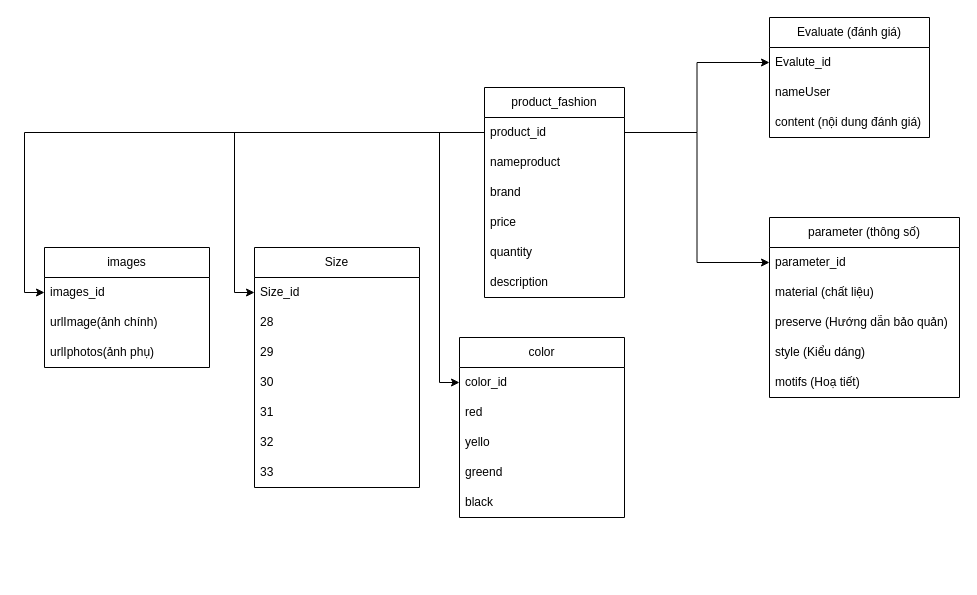
vuongnd03/black-had keeps this draw.io diagram as csdlfashion.drawio. Above is the earlier version. Source tidied: cells renumbered, new cells numbered last; positions are measured from the earlier drawing's top-left corner, leaving out a move shared by most shapes. Both pictures are drawn from the tidied source at 100%, with x=0, y=0 at pixel (44, 17).
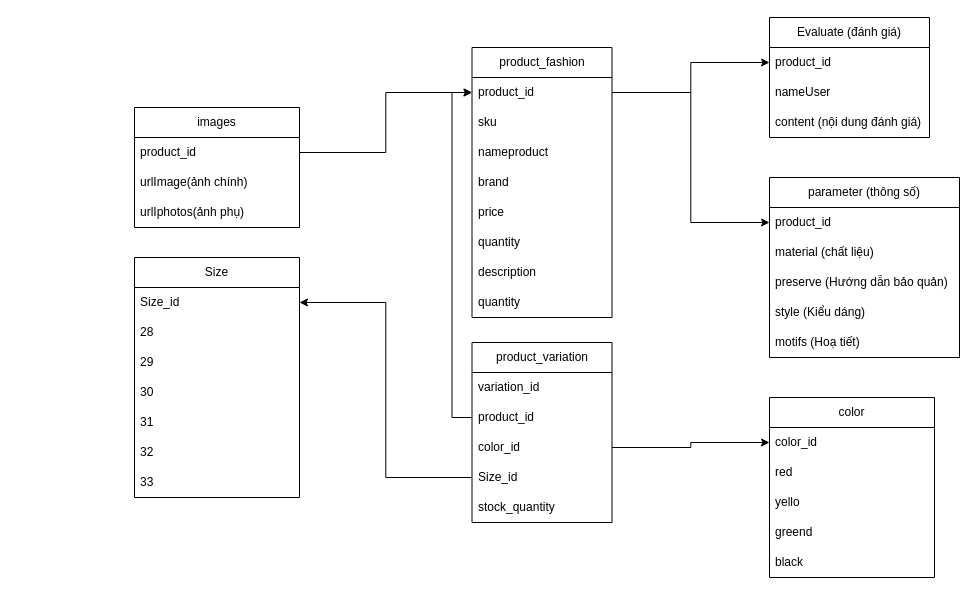
The same page after the edit.

Commit message:
Cập nhật csdlfashion.drawio

Unchanged cells that the change refers to:
```xml
<mxCell id="3" value="product_id" style="text;strokeColor=none;fillColor=none;align=left;verticalAlign=middle;spacingLeft=4;spacingRight=4;overflow=hidden;points=[[0,0.5],[1,0.5]];portConstraint=eastwest;whiteSpace=wrap;html=1;" parent="2" vertex="1">
  <mxGeometry y="30" width="140" height="30" as="geometry" />
</mxCell>
<mxCell id="9" value="Evaluate (đánh giá)" style="swimlane;fontStyle=0;horizontal=1;startSize=30;whiteSpace=wrap;html=1;" parent="1" vertex="1">
  <mxGeometry x="725" width="160" height="120" as="geometry" />
</mxCell>
<mxCell id="27" value="color_id" style="text;strokeColor=none;fillColor=none;align=left;verticalAlign=middle;spacingLeft=4;spacingRight=4;overflow=hidden;points=[[0,0.5],[1,0.5]];portConstraint=eastwest;whiteSpace=wrap;html=1;" parent="26" vertex="1">
  <mxGeometry y="30" width="165" height="30" as="geometry" />
</mxCell>
<mxCell id="34" value="Size_id" style="text;strokeColor=none;fillColor=none;align=left;verticalAlign=middle;spacingLeft=4;spacingRight=4;overflow=hidden;points=[[0,0.5],[1,0.5]];portConstraint=eastwest;whiteSpace=wrap;html=1;" parent="33" vertex="1">
  <mxGeometry y="30" width="165" height="30" as="geometry" />
</mxCell>
```

Change to the diagram source:
```diff
@@
     <mxCell id="2" value="product_fashion" style="swimlane;fontStyle=0;horizontal=1;startSize=30;whiteSpace=wrap;html=1;" parent="1" vertex="1">
-      <mxGeometry x="440" y="70" width="140" height="210" as="geometry" />
+      <mxGeometry x="427.5" y="30" width="140" height="270" as="geometry" />
     </mxCell>
@@
-    <mxCell id="4" value="nameproduct" style="text;strokeColor=none;fillColor=none;align=left;verticalAlign=middle;spacingLeft=4;spacingRight=4;overflow=hidden;whiteSpace=wrap;html=1;" parent="2" vertex="1">
+    <mxCell id="4" value="sku" style="text;strokeColor=none;fillColor=none;align=left;verticalAlign=middle;spacingLeft=4;spacingRight=4;overflow=hidden;whiteSpace=wrap;html=1;" parent="2" vertex="1">
       <mxGeometry y="60" width="140" height="30" as="geometry" />
     </mxCell>
+    <mxCell id="42" value="nameproduct" style="text;strokeColor=none;fillColor=none;align=left;verticalAlign=middle;spacingLeft=4;spacingRight=4;overflow=hidden;whiteSpace=wrap;html=1;" parent="2" vertex="1">
+      <mxGeometry y="90" width="140" height="30" as="geometry" />
+    </mxCell>
     <mxCell id="5" value="brand" style="text;strokeColor=none;fillColor=none;align=left;verticalAlign=middle;spacingLeft=4;spacingRight=4;overflow=hidden;whiteSpace=wrap;html=1;" parent="2" vertex="1">
-      <mxGeometry y="90" width="140" height="30" as="geometry" />
+      <mxGeometry y="120" width="140" height="30" as="geometry" />
     </mxCell>
     <mxCell id="6" value="price" style="text;strokeColor=none;fillColor=none;align=left;verticalAlign=middle;spacingLeft=4;spacingRight=4;overflow=hidden;whiteSpace=wrap;html=1;" parent="2" vertex="1">
-      <mxGeometry y="120" width="140" height="30" as="geometry" />
+      <mxGeometry y="150" width="140" height="30" as="geometry" />
     </mxCell>
     <mxCell id="7" value="quantity" style="text;strokeColor=none;fillColor=none;align=left;verticalAlign=middle;spacingLeft=4;spacingRight=4;overflow=hidden;whiteSpace=wrap;html=1;" parent="2" vertex="1">
-      <mxGeometry y="150" width="140" height="30" as="geometry" />
+      <mxGeometry y="180" width="140" height="30" as="geometry" />
     </mxCell>
     <mxCell id="8" value="description" style="text;strokeColor=none;fillColor=none;align=left;verticalAlign=middle;spacingLeft=4;spacingRight=4;overflow=hidden;whiteSpace=wrap;html=1;" parent="2" vertex="1">
-      <mxGeometry y="180" width="140" height="30" as="geometry" />
+      <mxGeometry y="210" width="140" height="30" as="geometry" />
     </mxCell>
+    <mxCell id="43" value="quantity" style="text;strokeColor=none;fillColor=none;align=left;verticalAlign=middle;spacingLeft=4;spacingRight=4;overflow=hidden;whiteSpace=wrap;html=1;" parent="2" vertex="1">
+      <mxGeometry y="240" width="140" height="30" as="geometry" />
+    </mxCell>
@@
-    <mxCell id="10" value="Evalute_id" style="text;strokeColor=none;fillColor=none;align=left;verticalAlign=middle;spacingLeft=4;spacingRight=4;overflow=hidden;points=[[0,0.5],[1,0.5]];portConstraint=eastwest;whiteSpace=wrap;html=1;" parent="9" vertex="1">
+    <mxCell id="10" value="product_id" style="text;strokeColor=none;fillColor=none;align=left;verticalAlign=middle;spacingLeft=4;spacingRight=4;overflow=hidden;points=[[0,0.5],[1,0.5]];portConstraint=eastwest;whiteSpace=wrap;html=1;" parent="9" vertex="1">
       <mxGeometry y="30" width="160" height="30" as="geometry" />
     </mxCell>
@@
     <mxCell id="14" value="parameter (thông số)" style="swimlane;fontStyle=0;horizontal=1;startSize=30;whiteSpace=wrap;html=1;" parent="1" vertex="1">
-      <mxGeometry x="725" y="200" width="190" height="180" as="geometry" />
+      <mxGeometry x="725" y="160" width="190" height="180" as="geometry" />
     </mxCell>
-    <mxCell id="15" value="parameter_id" style="text;strokeColor=none;fillColor=none;align=left;verticalAlign=middle;spacingLeft=4;spacingRight=4;overflow=hidden;points=[[0,0.5],[1,0.5]];portConstraint=eastwest;whiteSpace=wrap;html=1;" parent="14" vertex="1">
+    <mxCell id="15" value="product_id" style="text;strokeColor=none;fillColor=none;align=left;verticalAlign=middle;spacingLeft=4;spacingRight=4;overflow=hidden;points=[[0,0.5],[1,0.5]];portConstraint=eastwest;whiteSpace=wrap;html=1;" parent="14" vertex="1">
       <mxGeometry y="30" width="190" height="30" as="geometry" />
     </mxCell>
@@
     <mxCell id="21" value="images" style="swimlane;fontStyle=0;horizontal=1;startSize=30;whiteSpace=wrap;html=1;" parent="1" vertex="1">
-      <mxGeometry y="230" width="165" height="120" as="geometry" />
+      <mxGeometry x="90" y="90" width="165" height="120" as="geometry" />
     </mxCell>
-    <mxCell id="22" value="images_id" style="text;strokeColor=none;fillColor=none;align=left;verticalAlign=middle;spacingLeft=4;spacingRight=4;overflow=hidden;points=[[0,0.5],[1,0.5]];portConstraint=eastwest;whiteSpace=wrap;html=1;" parent="21" vertex="1">
+    <mxCell id="22" value="product_id" style="text;strokeColor=none;fillColor=none;align=left;verticalAlign=middle;spacingLeft=4;spacingRight=4;overflow=hidden;points=[[0,0.5],[1,0.5]];portConstraint=eastwest;whiteSpace=wrap;html=1;" parent="21" vertex="1">
       <mxGeometry y="30" width="165" height="30" as="geometry" />
     </mxCell>
@@
-    <mxCell id="25" style="edgeStyle=orthogonalEdgeStyle;rounded=0;jettySize=auto;html=1;entryX=0;entryY=0.5;entryDx=0;entryDy=0;" parent="1" edge="1" source="3" target="22">
-      <mxGeometry relative="1" as="geometry" />
-    </mxCell>
     <mxCell id="26" value="color" style="swimlane;fontStyle=0;horizontal=1;startSize=30;whiteSpace=wrap;html=1;" parent="1" vertex="1">
-      <mxGeometry x="415" y="320" width="165" height="180" as="geometry" />
+      <mxGeometry x="725" y="380" width="165" height="180" as="geometry" />
     </mxCell>
@@
-    <mxCell id="32" style="edgeStyle=orthogonalEdgeStyle;rounded=0;jettySize=auto;html=1;entryX=0;entryY=0.5;entryDx=0;entryDy=0;" parent="1" edge="1" source="3" target="27">
-      <mxGeometry relative="1" as="geometry" />
-    </mxCell>
     <mxCell id="33" value="Size" style="swimlane;fontStyle=0;horizontal=1;startSize=30;whiteSpace=wrap;html=1;" parent="1" vertex="1">
-      <mxGeometry x="210" y="230" width="165" height="240" as="geometry" />
+      <mxGeometry x="90" y="240" width="165" height="240" as="geometry" />
     </mxCell>
@@
-    <mxCell id="41" style="edgeStyle=orthogonalEdgeStyle;rounded=0;jettySize=auto;html=1;entryX=0;entryY=0.5;entryDx=0;entryDy=0;" parent="1" edge="1" source="3" target="34">
-      <mxGeometry relative="1" as="geometry" />
-    </mxCell>
+    <mxCell id="44" value="product_variation" style="swimlane;fontStyle=0;horizontal=1;startSize=30;whiteSpace=wrap;html=1;" parent="1" vertex="1">
+      <mxGeometry x="427.5" y="325" width="140" height="180" as="geometry" />
+    </mxCell>
+    <mxCell id="45" value="variation_id" style="text;strokeColor=none;fillColor=none;align=left;verticalAlign=middle;spacingLeft=4;spacingRight=4;overflow=hidden;whiteSpace=wrap;html=1;" parent="44" vertex="1">
+      <mxGeometry y="30" width="140" height="30" as="geometry" />
+    </mxCell>
+    <mxCell id="46" value="product_id" style="text;strokeColor=none;fillColor=none;align=left;verticalAlign=middle;spacingLeft=4;spacingRight=4;overflow=hidden;points=[[0,0.5],[1,0.5]];portConstraint=eastwest;whiteSpace=wrap;html=1;" parent="44" vertex="1">
+      <mxGeometry y="60" width="140" height="30" as="geometry" />
+    </mxCell>
+    <mxCell id="47" value="color_id" style="text;strokeColor=none;fillColor=none;align=left;verticalAlign=middle;spacingLeft=4;spacingRight=4;overflow=hidden;points=[[0,0.5],[1,0.5]];portConstraint=eastwest;whiteSpace=wrap;html=1;" parent="44" vertex="1">
+      <mxGeometry y="90" width="140" height="30" as="geometry" />
+    </mxCell>
+    <mxCell id="48" value="Size_id" style="text;strokeColor=none;fillColor=none;align=left;verticalAlign=middle;spacingLeft=4;spacingRight=4;overflow=hidden;points=[[0,0.5],[1,0.5]];portConstraint=eastwest;whiteSpace=wrap;html=1;" parent="44" vertex="1">
+      <mxGeometry y="120" width="140" height="30" as="geometry" />
+    </mxCell>
+    <mxCell id="49" value="stock_quantity" style="text;strokeColor=none;fillColor=none;align=left;verticalAlign=middle;spacingLeft=4;spacingRight=4;overflow=hidden;whiteSpace=wrap;html=1;" parent="44" vertex="1">
+      <mxGeometry y="150" width="140" height="30" as="geometry" />
+    </mxCell>
+    <mxCell id="50" style="edgeStyle=orthogonalEdgeStyle;rounded=0;jettySize=auto;html=1;entryX=0;entryY=0.5;entryDx=0;entryDy=0;" parent="1" edge="1" source="47" target="27">
+      <mxGeometry relative="1" as="geometry" />
+    </mxCell>
+    <mxCell id="51" style="edgeStyle=orthogonalEdgeStyle;rounded=0;jettySize=auto;html=1;entryX=1;entryY=0.5;entryDx=0;entryDy=0;" parent="1" edge="1" source="48" target="34">
+      <mxGeometry relative="1" as="geometry" />
+    </mxCell>
+    <mxCell id="52" style="edgeStyle=orthogonalEdgeStyle;rounded=0;jettySize=auto;html=1;" parent="1" edge="1" source="22" target="3">
+      <mxGeometry relative="1" as="geometry" />
+    </mxCell>
+    <mxCell id="53" style="edgeStyle=orthogonalEdgeStyle;rounded=0;jettySize=auto;html=1;entryX=0;entryY=0.5;entryDx=0;entryDy=0;" parent="1" edge="1" source="46" target="3">
+      <mxGeometry relative="1" as="geometry" />
+    </mxCell>
```
